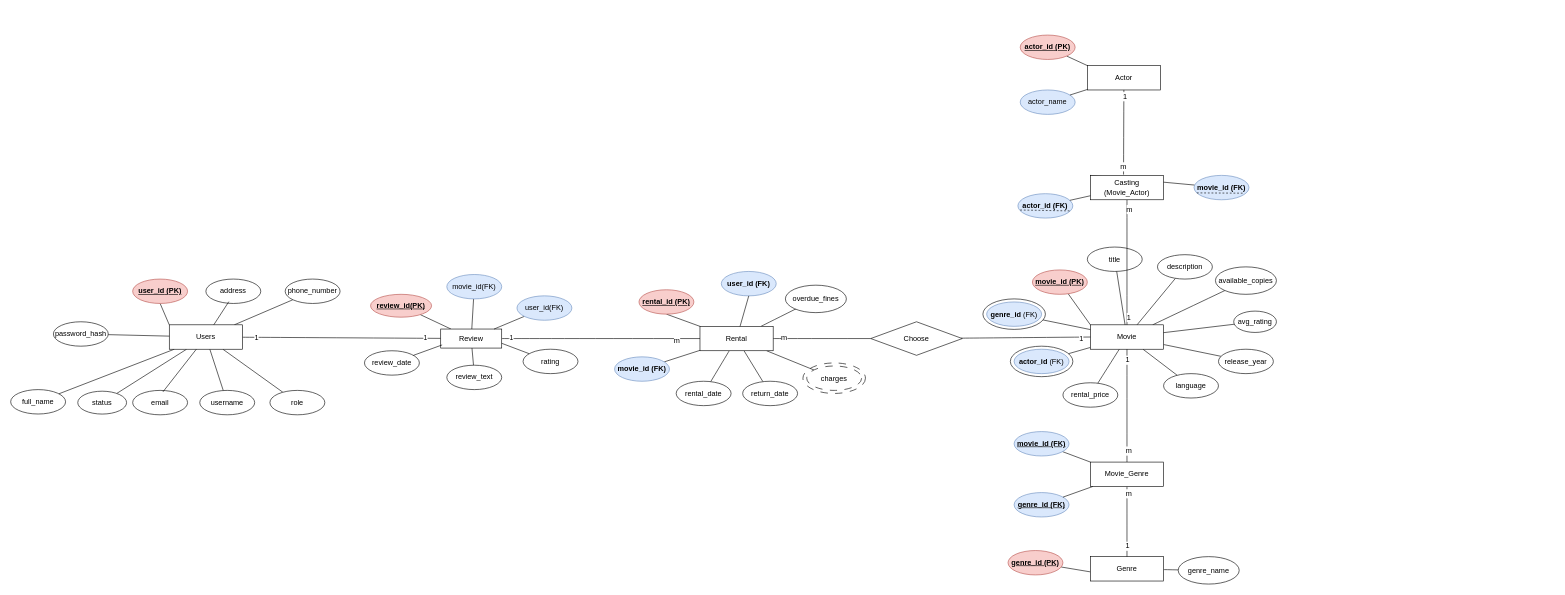
This is ERD_MovieRentalSystem.drawio from TAK1ST/Rentail-Movie, a draw.io file, before an edit. Source tidied: cells renumbered, new cells numbered last; positions are measured from the earlier drawing's top-left corner, leaving out a move shared by most shapes. Both pictures are drawn from the tidied source at 61%, with x=0, y=0 at pixel (10, 35).
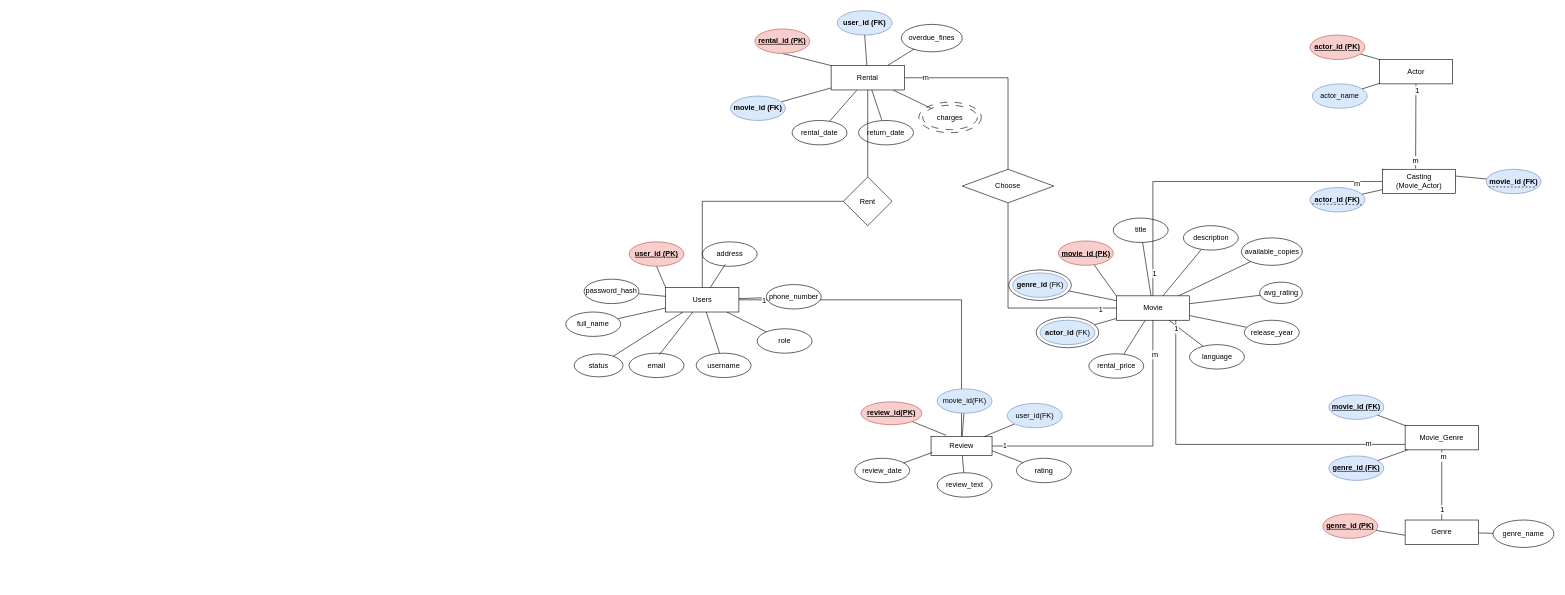
The same page after the edit.

The edit, as a diff of the source:
```diff
@@
-    <mxCell id="7" style="edgeStyle=none;curved=1;rounded=0;jettySize=auto;html=1;fontSize=12;startSize=8;endSize=8;endArrow=none;endFill=0;startArrow=none;startFill=0;" parent="1" edge="1" source="11" target="106">
+    <mxCell id="7" style="edgeStyle=orthogonalEdgeStyle;rounded=0;jettySize=auto;html=1;fontSize=12;startSize=8;endSize=8;endArrow=none;endFill=0;startArrow=none;startFill=0;" parent="1" edge="1" source="11" target="106">
       <mxGeometry relative="1" as="geometry" />
     </mxCell>
@@
     <mxCell id="11" value="Users" style="whiteSpace=wrap;html=1;strokeColor=default;" parent="1" vertex="1">
-      <mxGeometry x="260" y="475" width="120" height="40" as="geometry" />
+      <mxGeometry x="1073.8" y="414" width="120" height="40" as="geometry" />
     </mxCell>
     <mxCell id="12" value="address" style="ellipse;whiteSpace=wrap;html=1;" parent="1" vertex="1">
-      <mxGeometry x="320" y="400" width="90" height="40" as="geometry" />
+      <mxGeometry x="1133.8" y="339" width="90" height="40" as="geometry" />
     </mxCell>
     <mxCell id="13" value="full_name" style="ellipse;whiteSpace=wrap;html=1;" parent="1" vertex="1">
-      <mxGeometry y="581.2" width="90" height="40" as="geometry" />
+      <mxGeometry x="910" y="454" width="90" height="40" as="geometry" />
     </mxCell>
     <mxCell id="14" value="role" style="ellipse;whiteSpace=wrap;html=1;" parent="1" vertex="1">
-      <mxGeometry x="425" y="582.5" width="90" height="40" as="geometry" />
+      <mxGeometry x="1223.8" y="481.5" width="90" height="40" as="geometry" />
     </mxCell>
     <mxCell id="15" value="email" style="ellipse;whiteSpace=wrap;html=1;" parent="1" vertex="1">
-      <mxGeometry x="200" y="582.5" width="90" height="40" as="geometry" />
+      <mxGeometry x="1013.8" y="521.5" width="90" height="40" as="geometry" />
     </mxCell>
     <mxCell id="16" value="password_hash" style="ellipse;whiteSpace=wrap;html=1;" parent="1" vertex="1">
-      <mxGeometry x="70" y="470" width="90" height="40" as="geometry" />
+      <mxGeometry x="940" y="400.2" width="90" height="40" as="geometry" />
     </mxCell>
     <mxCell id="17" value="username" style="ellipse;whiteSpace=wrap;html=1;" parent="1" vertex="1">
-      <mxGeometry x="310" y="582.5" width="90" height="40" as="geometry" />
+      <mxGeometry x="1123.8" y="521.5" width="90" height="40" as="geometry" />
     </mxCell>
     <mxCell id="18" value="&lt;strong&gt;user_id&lt;/strong&gt; (PK)" style="ellipse;whiteSpace=wrap;html=1;fillColor=#f8cecc;strokeColor=#b85450;fontStyle=5;" parent="1" vertex="1">
-      <mxGeometry x="200" y="400" width="90" height="40" as="geometry" />
+      <mxGeometry x="1013.8" y="339" width="90" height="40" as="geometry" />
     </mxCell>
     <mxCell id="19" value="phone_number" style="ellipse;whiteSpace=wrap;html=1;" parent="1" vertex="1">
-      <mxGeometry x="450" y="400" width="90" height="40" as="geometry" />
+      <mxGeometry x="1238.8" y="409" width="90" height="40" as="geometry" />
     </mxCell>
@@
     <mxCell id="30" value="Movie" style="whiteSpace=wrap;html=1;strokeColor=default;" parent="1" vertex="1">
-      <mxGeometry x="1770" y="475" width="120" height="40" as="geometry" />
+      <mxGeometry x="1812.5" y="427.5" width="120" height="40" as="geometry" />
     </mxCell>
     <mxCell id="31" value="title" style="ellipse;whiteSpace=wrap;html=1;" parent="1" vertex="1">
-      <mxGeometry x="1765" y="347.5" width="90" height="40" as="geometry" />
+      <mxGeometry x="1807.5" y="300" width="90" height="40" as="geometry" />
     </mxCell>
     <mxCell id="32" value="release_year" style="ellipse;whiteSpace=wrap;html=1;" parent="1" vertex="1">
-      <mxGeometry x="1980" y="515" width="90" height="40" as="geometry" />
+      <mxGeometry x="2022.5" y="467.5" width="90" height="40" as="geometry" />
     </mxCell>
     <mxCell id="33" value="language" style="ellipse;whiteSpace=wrap;html=1;" parent="1" vertex="1">
-      <mxGeometry x="1890" y="555" width="90" height="40" as="geometry" />
+      <mxGeometry x="1932.5" y="507.5" width="90" height="40" as="geometry" />
     </mxCell>
     <mxCell id="34" value="&lt;strong&gt;genre_id&lt;/strong&gt; (FK)" style="ellipse;whiteSpace=wrap;html=1;fillColor=#dae8fc;strokeColor=#6c8ebf;" parent="1" vertex="1">
-      <mxGeometry x="1600" y="437.5" width="90" height="40" as="geometry" />
+      <mxGeometry x="1642.5" y="390" width="90" height="40" as="geometry" />
     </mxCell>
     <mxCell id="35" value="avg_rating" style="ellipse;whiteSpace=wrap;html=1;" parent="1" vertex="1">
-      <mxGeometry x="2005" y="452.5" width="70" height="35" as="geometry" />
+      <mxGeometry x="2047.5" y="405" width="70" height="35" as="geometry" />
     </mxCell>
     <mxCell id="36" value="&lt;strong&gt;actor_id&lt;/strong&gt; (FK)" style="ellipse;whiteSpace=wrap;html=1;fillColor=#dae8fc;strokeColor=#6c8ebf;" parent="1" vertex="1">
-      <mxGeometry x="1645" y="515" width="90" height="40" as="geometry" />
+      <mxGeometry x="1687.5" y="467.5" width="90" height="40" as="geometry" />
     </mxCell>
     <mxCell id="37" value="&lt;strong&gt;movie_id&lt;/strong&gt; (PK)" style="ellipse;whiteSpace=wrap;html=1;fillColor=#f8cecc;strokeColor=#b85450;fontStyle=5;" parent="1" vertex="1">
-      <mxGeometry x="1675" y="385" width="90" height="40" as="geometry" />
+      <mxGeometry x="1717.5" y="337.5" width="90" height="40" as="geometry" />
     </mxCell>
     <mxCell id="38" value="description" style="ellipse;whiteSpace=wrap;html=1;" parent="1" vertex="1">
-      <mxGeometry x="1880" y="360" width="90" height="40" as="geometry" />
+      <mxGeometry x="1922.5" y="312.5" width="90" height="40" as="geometry" />
     </mxCell>
@@
     <mxCell id="42" value="rental_price" style="ellipse;whiteSpace=wrap;html=1;" parent="1" vertex="1">
-      <mxGeometry x="1725" y="570" width="90" height="40" as="geometry" />
+      <mxGeometry x="1767.5" y="522.5" width="90" height="40" as="geometry" />
     </mxCell>
     <mxCell id="43" value="available_copies" style="ellipse;whiteSpace=wrap;html=1;" parent="1" vertex="1">
-      <mxGeometry x="1975" y="380" width="100" height="45" as="geometry" />
+      <mxGeometry x="2017.5" y="332.5" width="100" height="45" as="geometry" />
     </mxCell>
@@
     <mxCell id="46" value="Genre" style="whiteSpace=wrap;html=1;strokeColor=default;" parent="1" vertex="1">
-      <mxGeometry x="1770" y="855" width="120" height="40" as="geometry" />
+      <mxGeometry x="2286" y="795" width="120" height="40" as="geometry" />
     </mxCell>
     <mxCell id="47" value="&lt;strong&gt;genre_id&lt;/strong&gt; (PK)" style="ellipse;whiteSpace=wrap;html=1;fillColor=#f8cecc;strokeColor=#b85450;fontStyle=5;" parent="1" vertex="1">
-      <mxGeometry x="1635" y="845" width="90" height="40" as="geometry" />
+      <mxGeometry x="2151" y="785" width="90" height="40" as="geometry" />
     </mxCell>
     <mxCell id="48" value="genre_name" style="ellipse;whiteSpace=wrap;html=1;" parent="1" vertex="1">
-      <mxGeometry x="1914" y="855" width="100" height="45" as="geometry" />
+      <mxGeometry x="2430" y="795" width="100" height="45" as="geometry" />
     </mxCell>
@@
-    <mxCell id="50" style="edgeStyle=none;curved=1;rounded=0;jettySize=auto;html=1;fontSize=12;startSize=8;endSize=8;endArrow=none;endFill=0;" parent="1" edge="1" source="56" target="30">
-      <mxGeometry relative="1" as="geometry" />
+    <mxCell id="50" style="edgeStyle=orthogonalEdgeStyle;rounded=0;jettySize=auto;html=1;fontSize=12;startSize=8;endSize=8;endArrow=none;endFill=0;" parent="1" edge="1" source="56" target="30">
+      <mxGeometry relative="1" as="geometry">
+        <Array as="points">
+          <mxPoint x="1910" y="671" />
+        </Array>
+      </mxGeometry>
     </mxCell>
     <mxCell id="51" value="1" style="edgeLabel;html=1;align=center;verticalAlign=middle;fontSize=12;" parent="50" vertex="1">
-      <mxGeometry x="0.82" relative="1" as="geometry" />
+      <mxGeometry x="0.82" relative="1" as="geometry">
+        <mxPoint y="-39" as="offset" />
+      </mxGeometry>
     </mxCell>
@@
     <mxCell id="56" value="Movie_Genre" style="whiteSpace=wrap;html=1;strokeColor=default;" parent="1" vertex="1">
-      <mxGeometry x="1770" y="700" width="120" height="40" as="geometry" />
+      <mxGeometry x="2286" y="640" width="120" height="40" as="geometry" />
     </mxCell>
     <mxCell id="57" value="&lt;strong&gt;genre_id&lt;/strong&gt; (FK)" style="ellipse;whiteSpace=wrap;html=1;fillColor=#dae8fc;strokeColor=#6c8ebf;fontStyle=5;" parent="1" vertex="1">
-      <mxGeometry x="1645" y="750" width="90" height="40" as="geometry" />
+      <mxGeometry x="2161" y="690" width="90" height="40" as="geometry" />
     </mxCell>
     <mxCell id="58" value="&lt;strong&gt;movie_id&lt;/strong&gt; (FK)" style="ellipse;whiteSpace=wrap;html=1;fillColor=#dae8fc;strokeColor=#6c8ebf;fontStyle=5;" parent="1" vertex="1">
-      <mxGeometry x="1645" y="650" width="90" height="40" as="geometry" />
+      <mxGeometry x="2161" y="590" width="90" height="40" as="geometry" />
     </mxCell>
@@
     <mxCell id="61" value="Actor" style="whiteSpace=wrap;html=1;strokeColor=default;" parent="1" vertex="1">
-      <mxGeometry x="1765" y="50" width="120" height="40" as="geometry" />
+      <mxGeometry x="2243.8" y="40" width="120" height="40" as="geometry" />
     </mxCell>
     <mxCell id="62" value="actor_name" style="ellipse;whiteSpace=wrap;html=1;fillColor=#dae8fc;strokeColor=#6c8ebf;" parent="1" vertex="1">
-      <mxGeometry x="1655" y="90" width="90" height="40" as="geometry" />
+      <mxGeometry x="2133.8" y="80" width="90" height="40" as="geometry" />
     </mxCell>
     <mxCell id="63" value="&lt;strong&gt;actor_id&lt;/strong&gt; (PK)" style="ellipse;whiteSpace=wrap;html=1;fillColor=#f8cecc;strokeColor=#b85450;fontStyle=5;" parent="1" vertex="1">
-      <mxGeometry x="1655" width="90" height="40" as="geometry" />
+      <mxGeometry x="2130" width="90" height="40" as="geometry" />
     </mxCell>
@@
-    <mxCell id="66" style="edgeStyle=none;curved=1;rounded=0;jettySize=auto;html=1;entryX=0.5;entryY=0;entryDx=0;entryDy=0;fontSize=12;startSize=8;endSize=8;endArrow=none;endFill=0;" parent="1" edge="1" source="69" target="30">
+    <mxCell id="66" style="edgeStyle=orthogonalEdgeStyle;rounded=0;jettySize=auto;html=1;entryX=0.5;entryY=0;entryDx=0;entryDy=0;fontSize=12;startSize=8;endSize=8;endArrow=none;endFill=0;" parent="1" edge="1" source="69" target="30">
       <mxGeometry relative="1" as="geometry" />
     </mxCell>
@@
     <mxCell id="69" value="Casting (Movie_Actor)" style="whiteSpace=wrap;html=1;strokeColor=default;" parent="1" vertex="1">
-      <mxGeometry x="1770" y="230" width="120" height="40" as="geometry" />
+      <mxGeometry x="2248.8" y="220" width="120" height="40" as="geometry" />
     </mxCell>
     <mxCell id="70" value="&lt;strong&gt;actor_id&lt;/strong&gt; (FK)" style="ellipse;whiteSpace=wrap;html=1;fillColor=#dae8fc;strokeColor=#6c8ebf;fontStyle=1;" parent="1" vertex="1">
-      <mxGeometry x="1651.2" y="260" width="90" height="40" as="geometry" />
+      <mxGeometry x="2130" y="250" width="90" height="40" as="geometry" />
     </mxCell>
     <mxCell id="71" value="&lt;strong&gt;movie_id&lt;/strong&gt; (FK)" style="ellipse;whiteSpace=wrap;html=1;fillColor=#dae8fc;strokeColor=#6c8ebf;fontStyle=1;" parent="1" vertex="1">
-      <mxGeometry x="1940" y="230" width="90" height="40" as="geometry" />
+      <mxGeometry x="2418.8" y="220" width="90" height="40" as="geometry" />
     </mxCell>
@@
-    <mxCell id="79" style="edgeStyle=none;curved=1;rounded=0;jettySize=auto;html=1;fontSize=12;startSize=8;endSize=8;endArrow=none;endFill=0;" parent="1" edge="1" source="81" target="95">
+    <mxCell id="79" style="edgeStyle=orthogonalEdgeStyle;rounded=0;jettySize=auto;html=1;fontSize=12;startSize=8;endSize=8;endArrow=none;endFill=0;" parent="1" edge="1" source="81" target="95">
       <mxGeometry relative="1" as="geometry" />
     </mxCell>
@@
     <mxCell id="81" value="Rental" style="whiteSpace=wrap;html=1;strokeColor=default;" parent="1" vertex="1">
-      <mxGeometry x="1130" y="477.5" width="120" height="40" as="geometry" />
+      <mxGeometry x="1345" y="50" width="120" height="40" as="geometry" />
     </mxCell>
     <mxCell id="82" value="charges" style="ellipse;whiteSpace=wrap;html=1;dashed=1;dashPattern=12 12;" parent="1" vertex="1">
-      <mxGeometry x="1305" y="542.5" width="90" height="40" as="geometry" />
+      <mxGeometry x="1495" y="115" width="90" height="40" as="geometry" />
     </mxCell>
     <mxCell id="83" value="return_date" style="ellipse;whiteSpace=wrap;html=1;" parent="1" vertex="1">
-      <mxGeometry x="1200" y="567.5" width="90" height="40" as="geometry" />
+      <mxGeometry x="1390" y="140" width="90" height="40" as="geometry" />
     </mxCell>
     <mxCell id="84" value="&lt;strong&gt;user_id&lt;/strong&gt; (FK)" style="ellipse;whiteSpace=wrap;html=1;fillColor=#dae8fc;strokeColor=#6c8ebf;fontStyle=1;" parent="1" vertex="1">
-      <mxGeometry x="1165" y="387.5" width="90" height="40" as="geometry" />
+      <mxGeometry x="1355" y="-40" width="90" height="40" as="geometry" />
     </mxCell>
     <mxCell id="85" value="&lt;strong&gt;movie_id&lt;/strong&gt; (FK)" style="ellipse;whiteSpace=wrap;html=1;fillColor=#dae8fc;strokeColor=#6c8ebf;fontStyle=1;" parent="1" vertex="1">
-      <mxGeometry x="990" y="527.5" width="90" height="40" as="geometry" />
+      <mxGeometry x="1180" y="100" width="90" height="40" as="geometry" />
     </mxCell>
     <mxCell id="86" value="&lt;strong&gt;rental_id&lt;/strong&gt; (PK)" style="ellipse;whiteSpace=wrap;html=1;fillColor=#f8cecc;strokeColor=#b85450;fontStyle=5;" parent="1" vertex="1">
-      <mxGeometry x="1030" y="417.5" width="90" height="40" as="geometry" />
+      <mxGeometry x="1220" y="-10" width="90" height="40" as="geometry" />
     </mxCell>
@@
     <mxCell id="88" value="rental_date" style="ellipse;whiteSpace=wrap;html=1;" parent="1" vertex="1">
-      <mxGeometry x="1091" y="567.5" width="90" height="40" as="geometry" />
+      <mxGeometry x="1281" y="140" width="90" height="40" as="geometry" />
     </mxCell>
     <mxCell id="89" value="overdue_fines" style="ellipse;whiteSpace=wrap;html=1;" parent="1" vertex="1">
-      <mxGeometry x="1270" y="410" width="100" height="45" as="geometry" />
+      <mxGeometry x="1460" y="-17.5" width="100" height="45" as="geometry" />
     </mxCell>
-    <mxCell id="90" style="edgeStyle=none;curved=1;rounded=0;jettySize=auto;html=1;entryX=0;entryY=0.5;entryDx=0;entryDy=0;fontSize=12;startSize=8;endSize=8;startArrow=none;startFill=0;endArrow=none;endFill=0;" parent="1" edge="1" source="106" target="81">
+    <mxCell id="90" style="edgeStyle=orthogonalEdgeStyle;rounded=0;jettySize=auto;html=1;fontSize=12;startSize=8;endSize=8;startArrow=none;startFill=0;endArrow=none;endFill=0;" parent="1" edge="1" source="106" target="30">
       <mxGeometry relative="1" as="geometry" />
     </mxCell>
@@
-    <mxCell id="93" style="edgeStyle=none;curved=1;rounded=0;jettySize=auto;html=1;entryX=0;entryY=0.5;entryDx=0;entryDy=0;fontSize=12;startSize=8;endSize=8;endArrow=none;endFill=0;" parent="1" edge="1" source="95" target="30">
+    <mxCell id="93" style="edgeStyle=orthogonalEdgeStyle;rounded=0;jettySize=auto;html=1;entryX=0;entryY=0.5;entryDx=0;entryDy=0;fontSize=12;startSize=8;endSize=8;endArrow=none;endFill=0;exitX=0.5;exitY=1;exitDx=0;exitDy=0;" parent="1" edge="1" source="95" target="30">
       <mxGeometry relative="1" as="geometry" />
     </mxCell>
@@
     <mxCell id="95" value="Choose" style="rhombus;whiteSpace=wrap;html=1;" parent="1" vertex="1">
-      <mxGeometry x="1410" y="470" width="150" height="55" as="geometry" />
+      <mxGeometry x="1560" y="220" width="150" height="55" as="geometry" />
     </mxCell>
@@
     <mxCell id="101" style="ellipse;whiteSpace=wrap;html=1;gradientColor=none;fillStyle=dashed;fillColor=none;" parent="1" vertex="1">
-      <mxGeometry x="1593.8" y="432.5" width="102.5" height="50" as="geometry" />
+      <mxGeometry x="1636.2" y="385" width="102.5" height="50" as="geometry" />
     </mxCell>
     <mxCell id="102" style="ellipse;whiteSpace=wrap;html=1;gradientColor=none;fillStyle=dashed;fillColor=none;" parent="1" vertex="1">
-      <mxGeometry x="1638.8" y="510" width="102.5" height="50" as="geometry" />
+      <mxGeometry x="1681.2" y="462.5" width="102.5" height="50" as="geometry" />
     </mxCell>
     <mxCell id="103" style="ellipse;whiteSpace=wrap;html=1;gradientColor=none;fillStyle=dashed;fillColor=none;dashed=1;dashPattern=12 12;" parent="1" vertex="1">
-      <mxGeometry x="1298.8" y="537.5" width="102.5" height="50" as="geometry" />
+      <mxGeometry x="1488.8" y="110" width="102.5" height="50" as="geometry" />
     </mxCell>
     <mxCell id="104" value="status" style="ellipse;whiteSpace=wrap;html=1;" parent="1" vertex="1">
-      <mxGeometry x="110" y="583.8" width="80" height="37.5" as="geometry" />
+      <mxGeometry x="923.8" y="522.8" width="80" height="37.5" as="geometry" />
     </mxCell>
-    <mxCell id="105" style="rounded=0;jettySize=auto;html=1;endArrow=none;endFill=0;" parent="1" edge="1" source="106" target="107">
-      <mxGeometry relative="1" as="geometry" />
+    <mxCell id="105" style="rounded=0;jettySize=auto;html=1;endArrow=none;endFill=0;" parent="1" edge="1" target="107">
+      <mxGeometry relative="1" as="geometry">
+        <mxPoint x="1533.8" y="656.2" as="sourcePoint" />
+      </mxGeometry>
     </mxCell>
     <mxCell id="106" value="Review" style="rounded=0;whiteSpace=wrap;html=1;" parent="1" vertex="1">
-      <mxGeometry x="705" y="481.9" width="100" height="31.2" as="geometry" />
+      <mxGeometry x="1508.8" y="658.1" width="100" height="31.2" as="geometry" />
     </mxCell>
     <mxCell id="107" value="review_id(PK)" style="ellipse;whiteSpace=wrap;html=1;rounded=0;fontStyle=5;fillColor=#f8cecc;strokeColor=#b85450;" parent="1" vertex="1">
-      <mxGeometry x="590" y="425" width="100" height="37.5" as="geometry" />
+      <mxGeometry x="1393.8" y="601.2" width="100" height="37.5" as="geometry" />
     </mxCell>
@@
     <mxCell id="109" value="review_text" style="ellipse;whiteSpace=wrap;html=1;" parent="1" vertex="1">
-      <mxGeometry x="715" y="541.2" width="90" height="40" as="geometry" />
+      <mxGeometry x="1518.8" y="717.5" width="90" height="40" as="geometry" />
     </mxCell>
     <mxCell id="110" value="review_date" style="ellipse;whiteSpace=wrap;html=1;" parent="1" vertex="1">
-      <mxGeometry x="580" y="517.5" width="90" height="40" as="geometry" />
+      <mxGeometry x="1383.8" y="693.8" width="90" height="40" as="geometry" />
     </mxCell>
@@
     <mxCell id="112" value="user_id(FK)" style="ellipse;whiteSpace=wrap;html=1;fillColor=#dae8fc;strokeColor=#6c8ebf;" parent="1" vertex="1">
-      <mxGeometry x="830" y="427.5" width="90" height="40" as="geometry" />
+      <mxGeometry x="1633.8" y="603.8" width="90" height="40" as="geometry" />
     </mxCell>
@@
     <mxCell id="115" value="rating" style="ellipse;whiteSpace=wrap;html=1;" parent="1" vertex="1">
-      <mxGeometry x="840" y="515" width="90" height="40" as="geometry" />
+      <mxGeometry x="1648.8" y="693.8" width="90" height="40" as="geometry" />
     </mxCell>
@@
     <mxCell id="117" value="movie_id(FK)" style="ellipse;whiteSpace=wrap;html=1;fillColor=#dae8fc;strokeColor=#6c8ebf;" parent="1" vertex="1">
-      <mxGeometry x="715" y="392.5" width="90" height="40" as="geometry" />
+      <mxGeometry x="1518.8" y="580" width="90" height="40" as="geometry" />
     </mxCell>
+    <mxCell id="118" style="edgeStyle=none;curved=1;rounded=0;jettySize=auto;html=1;entryX=0.5;entryY=1;entryDx=0;entryDy=0;fontSize=12;startSize=8;endSize=8;endArrow=none;endFill=0;" parent="1" edge="1" source="120" target="81">
+      <mxGeometry relative="1" as="geometry" />
+    </mxCell>
+    <mxCell id="119" style="edgeStyle=orthogonalEdgeStyle;rounded=0;jettySize=auto;html=1;fontSize=12;startSize=8;endSize=8;endArrow=none;endFill=0;" parent="1" edge="1" source="120" target="11">
+      <mxGeometry relative="1" as="geometry" />
+    </mxCell>
+    <mxCell id="120" value="Re&lt;span style=&quot;background-color: initial;&quot;&gt;nt&lt;/span&gt;" style="rhombus;whiteSpace=wrap;html=1;" parent="1" vertex="1">
+      <mxGeometry x="1365" y="232.5" width="80" height="80" as="geometry" />
+    </mxCell>
```
